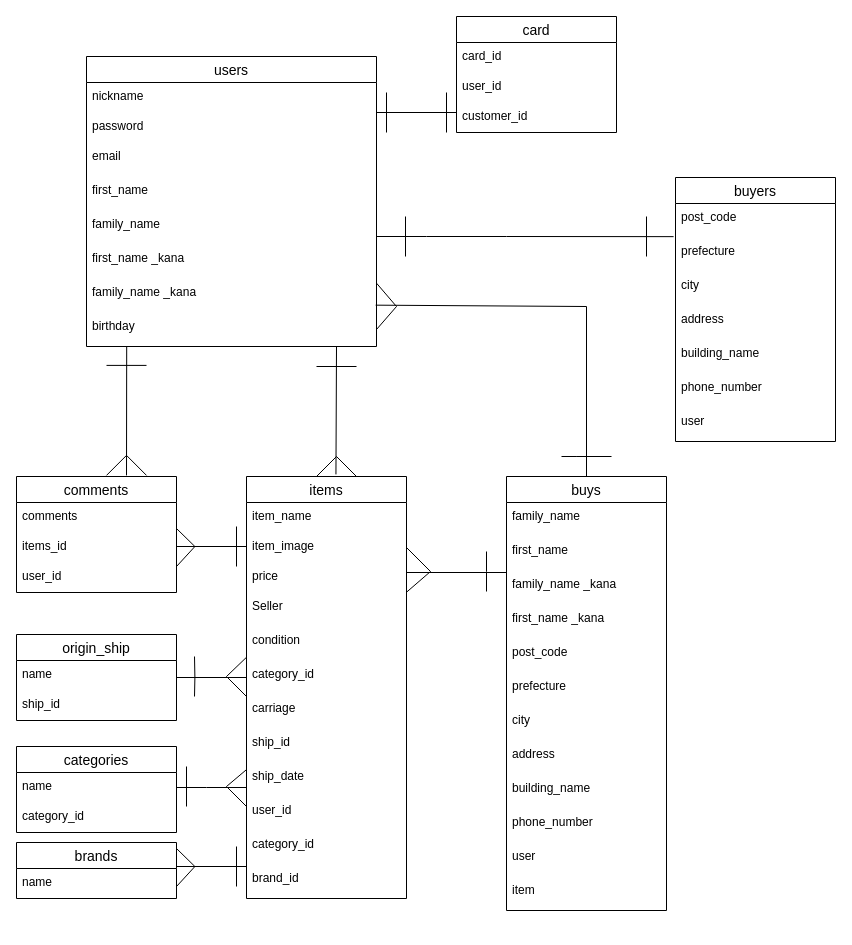
Ishibashi-naoki1/furima-35187 keeps this draw.io diagram as page "ページ1" (1 of 2) of furima.dio. Above is the earlier version. Source tidied: cells renumbered, new cells numbered last; positions are measured from the earlier drawing's top-left corner, leaving out a move shared by most shapes. Both pictures are drawn from the tidied source at 100%, with x=0, y=0 at pixel (16, 16).
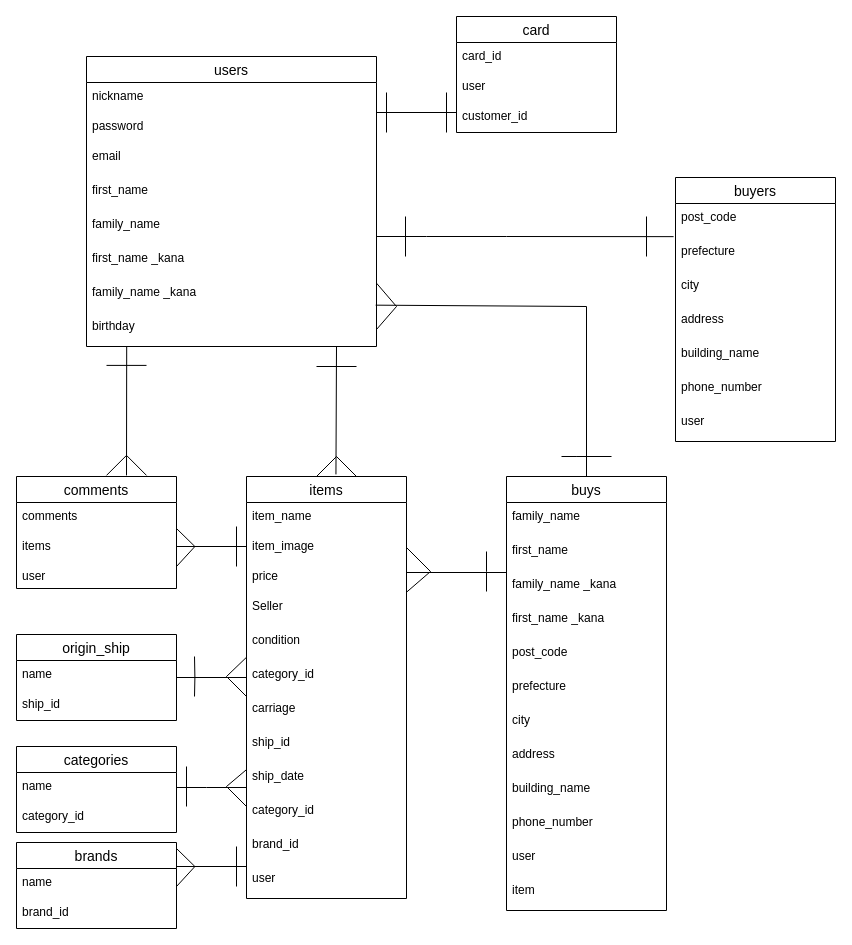
The same page after the edit.

The change refers to these unchanged cells:
```xml
<mxCell id="12" value="items" style="swimlane;fontStyle=0;horizontal=1;startSize=26;align=center;fontSize=14;" parent="1" vertex="1">
  <mxGeometry x="230" y="460" width="160" height="422" as="geometry" />
</mxCell>
<mxCell id="38" value="card" style="swimlane;fontStyle=0;horizontal=1;startSize=26;align=center;fontSize=14;" parent="1" vertex="1">
  <mxGeometry x="440" width="160" height="116" as="geometry" />
</mxCell>
```

What changed in the source:
```diff
@@
-    <mxCell id="23" value="user_id" style="text;strokeColor=none;fillColor=none;spacingLeft=4;spacingRight=4;overflow=hidden;fontSize=12;" parent="12" vertex="1">
-      <mxGeometry y="320" width="160" height="34" as="geometry" />
-    </mxCell>
     <mxCell id="24" value="category_id" style="text;strokeColor=none;fillColor=none;spacingLeft=4;spacingRight=4;overflow=hidden;fontSize=12;" parent="12" vertex="1">
-      <mxGeometry y="354" width="160" height="34" as="geometry" />
+      <mxGeometry y="320" width="160" height="34" as="geometry" />
     </mxCell>
     <mxCell id="25" value="brand_id" style="text;strokeColor=none;fillColor=none;spacingLeft=4;spacingRight=4;overflow=hidden;fontSize=12;" parent="12" vertex="1">
-      <mxGeometry y="388" width="160" height="34" as="geometry" />
+      <mxGeometry y="354" width="160" height="34" as="geometry" />
     </mxCell>
@@
+    <mxCell id="23" value="user" style="text;strokeColor=none;fillColor=none;spacingLeft=4;spacingRight=4;overflow=hidden;fontSize=12;" parent="12" vertex="1">
+      <mxGeometry y="388" width="160" height="34" as="geometry" />
+    </mxCell>
@@
-    <mxCell id="40" value="user_id" style="text;strokeColor=none;fillColor=none;spacingLeft=4;spacingRight=4;overflow=hidden;fontSize=12;" parent="38" vertex="1">
+    <mxCell id="40" value="user" style="text;strokeColor=none;fillColor=none;spacingLeft=4;spacingRight=4;overflow=hidden;fontSize=12;" parent="38" vertex="1">
       <mxGeometry y="56" width="160" height="30" as="geometry" />
     </mxCell>
@@
     <mxCell id="42" value="comments" style="swimlane;fontStyle=0;horizontal=1;startSize=26;align=center;fontSize=14;" parent="1" vertex="1">
-      <mxGeometry y="460" width="160" height="116" as="geometry" />
+      <mxGeometry y="460" width="160" height="112" as="geometry" />
     </mxCell>
@@
-    <mxCell id="44" value="items_id" style="text;strokeColor=none;fillColor=none;spacingLeft=4;spacingRight=4;overflow=hidden;fontSize=12;" parent="42" vertex="1">
+    <mxCell id="44" value="items" style="text;strokeColor=none;fillColor=none;spacingLeft=4;spacingRight=4;overflow=hidden;fontSize=12;" parent="42" vertex="1">
       <mxGeometry y="56" width="160" height="30" as="geometry" />
     </mxCell>
-    <mxCell id="45" value="user_id" style="text;strokeColor=none;fillColor=none;spacingLeft=4;spacingRight=4;overflow=hidden;fontSize=12;" parent="42" vertex="1">
-      <mxGeometry y="86" width="160" height="30" as="geometry" />
+    <mxCell id="45" value="user" style="text;strokeColor=none;fillColor=none;spacingLeft=4;spacingRight=4;overflow=hidden;fontSize=12;" parent="42" vertex="1">
+      <mxGeometry y="86" width="160" height="26" as="geometry" />
     </mxCell>
@@
     <mxCell id="62" value="brands" style="swimlane;fontStyle=0;horizontal=1;startSize=26;align=center;fontSize=14;" parent="1" vertex="1">
-      <mxGeometry y="826" width="160" height="56" as="geometry" />
+      <mxGeometry y="826" width="160" height="86" as="geometry" />
     </mxCell>
@@
+    <mxCell id="91" value="brand_id" style="text;strokeColor=none;fillColor=none;spacingLeft=4;spacingRight=4;overflow=hidden;fontSize=12;" parent="62" vertex="1">
+      <mxGeometry y="56" width="160" height="30" as="geometry" />
+    </mxCell>
```
